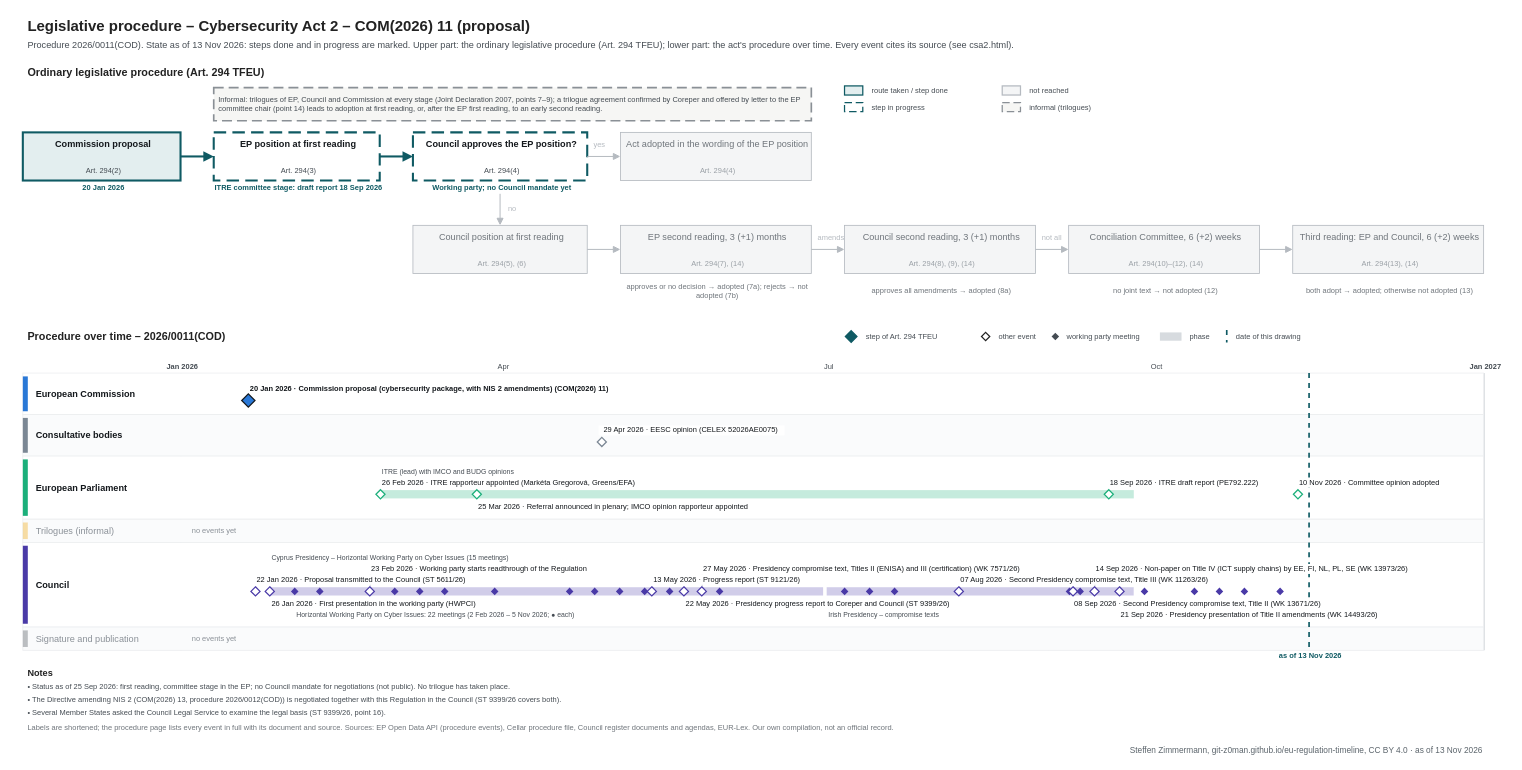
This is procedures/csa2.drawio from git-z0man/eu-regulation-timeline, a draw.io file, before an edit. Source tidied: cells renumbered, new cells numbered last; positions are measured from the earlier drawing's top-left corner, leaving out a move shared by most shapes. Both pictures are drawn from the tidied source at 83%, with x=0, y=0 at pixel (14, 14).
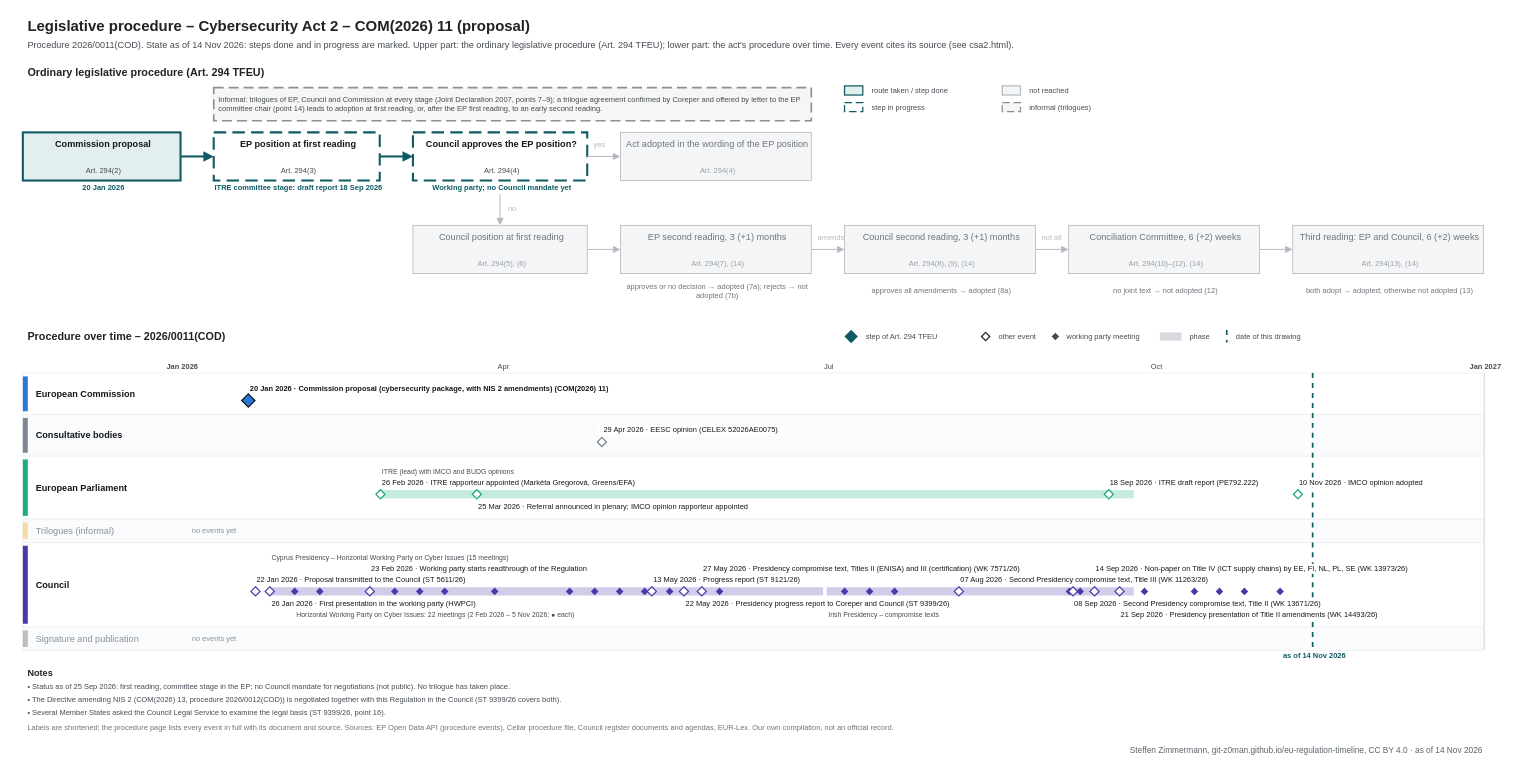
After the change.

What changed in the source:
```diff
@@
-    <mxCell id="3" value="Procedure 2026/0011(COD). State as of 13 Nov 2026: steps done and in progress are marked. Upper part: the ordinary legislative procedure (Art. 294 TFEU); lower part: the act's procedure over time. Every event cites its source (see csa2.html)." style="text;html=1;fontSize=11;fontColor=#454c53;align=left;verticalAlign=middle;spacingLeft=4;" parent="1" vertex="1">
+    <mxCell id="3" value="Procedure 2026/0011(COD). State as of 14 Nov 2026: steps done and in progress are marked. Upper part: the ordinary legislative procedure (Art. 294 TFEU); lower part: the act's procedure over time. Every event cites its source (see csa2.html)." style="text;html=1;fontSize=11;fontColor=#454c53;align=left;verticalAlign=middle;spacingLeft=4;" parent="1" vertex="1">
       <mxGeometry x="10" y="28" width="1700" height="18" as="geometry" />
     </mxCell>
@@
     <mxCell id="110" style="line;html=1;strokeWidth=2;strokeColor=#0f5a63;direction=south;dashed=1;" parent="1" vertex="1">
-      <mxGeometry x="1559.2" y="432" width="1" height="334" as="geometry" />
+      <mxGeometry x="1563.5" y="432" width="1" height="334" as="geometry" />
     </mxCell>
-    <mxCell id="111" value="as of 13 Nov 2026" style="text;html=1;fontSize=9;fontColor=#0f5a63;align=center;verticalAlign=middle;spacingLeft=4;fontStyle=1;" parent="1" vertex="1">
-      <mxGeometry x="1499.2" y="767" width="120" height="12" as="geometry" />
+    <mxCell id="111" value="as of 14 Nov 2026" style="text;html=1;fontSize=9;fontColor=#0f5a63;align=center;verticalAlign=middle;spacingLeft=4;fontStyle=1;" parent="1" vertex="1">
+      <mxGeometry x="1503.5" y="767" width="120" height="12" as="geometry" />
     </mxCell>
@@
-    <mxCell id="120" value="10 Nov 2026 · Committee opinion adopted" style="text;html=1;fontSize=9;fontColor=#14181c;align=left;verticalAlign=middle;spacingLeft=4;fillColor=#ffffff;" parent="1" vertex="1">
-      <mxGeometry x="1542.3" y="558" width="191.3" height="12" as="geometry" />
+    <mxCell id="120" value="10 Nov 2026 · IMCO opinion adopted" style="text;html=1;fontSize=9;fontColor=#14181c;align=left;verticalAlign=middle;spacingLeft=4;fillColor=#ffffff;" parent="1" vertex="1">
+      <mxGeometry x="1542.3" y="558" width="167.8" height="12" as="geometry" />
     </mxCell>
@@
-    <mxCell id="182" value="Steffen Zimmermann, git-z0man.github.io/eu-regulation-timeline, CC BY 4.0 · as of 13 Nov 2026" style="text;html=1;fontSize=10;fontColor=#5b646b;align=right;verticalAlign=middle;spacingLeft=4;" parent="1" vertex="1">
+    <mxCell id="182" value="Steffen Zimmermann, git-z0man.github.io/eu-regulation-timeline, CC BY 4.0 · as of 14 Nov 2026" style="text;html=1;fontSize=10;fontColor=#5b646b;align=right;verticalAlign=middle;spacingLeft=4;" parent="1" vertex="1">
       <mxGeometry x="10" y="878" width="1760" height="16" as="geometry" />
     </mxCell>
```
